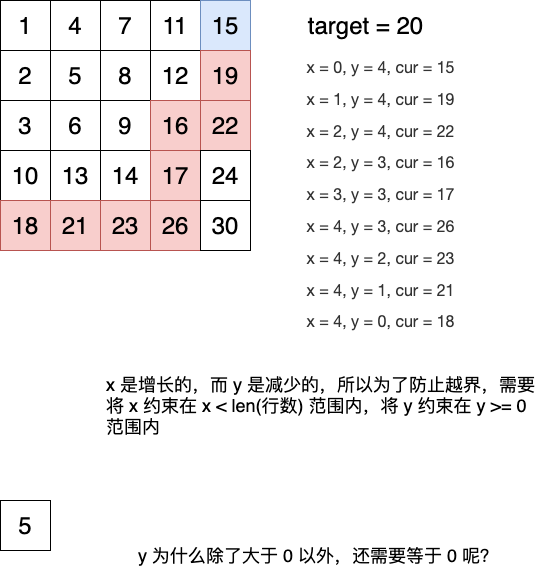
This is offer04-o1.png from autsu/diagrams, a draw.io export, as it was before one commit. Source tidied: cells renumbered, new cells last; positions are measured from the earlier drawing's top-left corner, leaving out a move shared by most shapes.
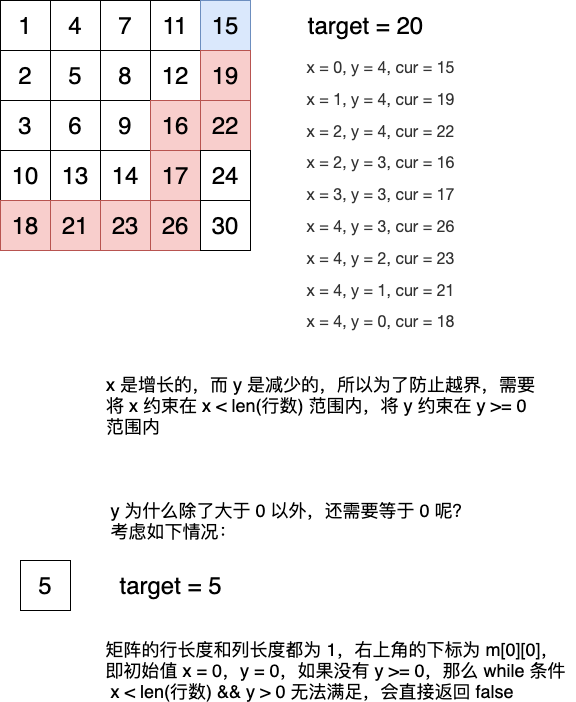
After the commit.

Diff of the diagram source:
```diff
@@ -87,10 +87,16 @@
       <mxGeometry x="100" y="380" width="440" height="50" as="geometry" />
     </mxCell>
     <mxCell id="30" value="&lt;font style=&quot;font-size: 24px&quot;&gt;5&lt;/font&gt;" style="rounded=0;whiteSpace=wrap;html=1;" parent="1" vertex="1">
-      <mxGeometry y="500" width="50" height="50" as="geometry" />
+      <mxGeometry x="20" y="560" width="50" height="50" as="geometry" />
     </mxCell>
-    <mxCell id="31" value="&lt;div style=&quot;text-align: center&quot;&gt;&lt;span style=&quot;font-size: 18px ; text-align: left&quot;&gt;y 为什么除了大于 0 以外，还需要等于 0 呢？&amp;nbsp;&lt;/span&gt;&lt;/div&gt;" style="text;html=1;align=center;verticalAlign=middle;fillColor=none;strokeColor=none;rounded=0;" parent="1" vertex="1">
-      <mxGeometry x="130" y="545" width="380" height="20" as="geometry" />
+    <mxCell id="31" value="&lt;div style=&quot;text-align: center&quot;&gt;&lt;span style=&quot;font-size: 18px ; text-align: left&quot;&gt;y 为什么除了大于 0 以外，还需要等于 0 呢？&lt;/span&gt;&lt;/div&gt;&lt;div style=&quot;text-align: left&quot;&gt;&lt;span style=&quot;font-size: 18px&quot;&gt;考虑如下情况：&amp;nbsp;&lt;/span&gt;&lt;/div&gt;" style="text;html=1;align=center;verticalAlign=middle;fillColor=none;strokeColor=none;rounded=0;" parent="1" vertex="1">
+      <mxGeometry x="100" y="500" width="380" height="40" as="geometry" />
     </mxCell>
+    <mxCell id="32" value="&lt;div style=&quot;text-align: left&quot;&gt;&lt;span style=&quot;font-size: 18px&quot;&gt;矩阵的行长度和列长度都为 1，右上角的下标为 m[0][0]，&lt;/span&gt;&lt;/div&gt;&lt;div style=&quot;text-align: left&quot;&gt;&lt;span style=&quot;font-size: 18px&quot;&gt;即初始值 x = 0，y = 0，&lt;/span&gt;&lt;span style=&quot;font-size: 18px&quot;&gt;如果没有 y &amp;gt;= 0，那么 while 条件&lt;/span&gt;&lt;/div&gt;&lt;div style=&quot;text-align: left&quot;&gt;&lt;span style=&quot;font-size: 18px&quot;&gt;&amp;nbsp;x &amp;lt; len(行数) &amp;amp;&amp;amp; y &amp;gt; 0&amp;nbsp;&lt;/span&gt;&lt;span style=&quot;font-size: 18px&quot;&gt;无法满足，会直接返回 false&lt;/span&gt;&lt;/div&gt;" style="text;html=1;align=center;verticalAlign=middle;fillColor=none;strokeColor=none;rounded=0;" parent="1" vertex="1">
+      <mxGeometry x="95" y="645" width="480" height="50" as="geometry" />
+    </mxCell>
+    <mxCell id="33" value="&lt;font style=&quot;font-size: 24px&quot;&gt;target = 5&lt;/font&gt;" style="text;html=1;align=center;verticalAlign=middle;fillColor=none;strokeColor=none;rounded=0;" parent="1" vertex="1">
+      <mxGeometry x="110" y="575" width="120" height="20" as="geometry" />
+    </mxCell>
   </root>
 </mxGraphModel>
```
